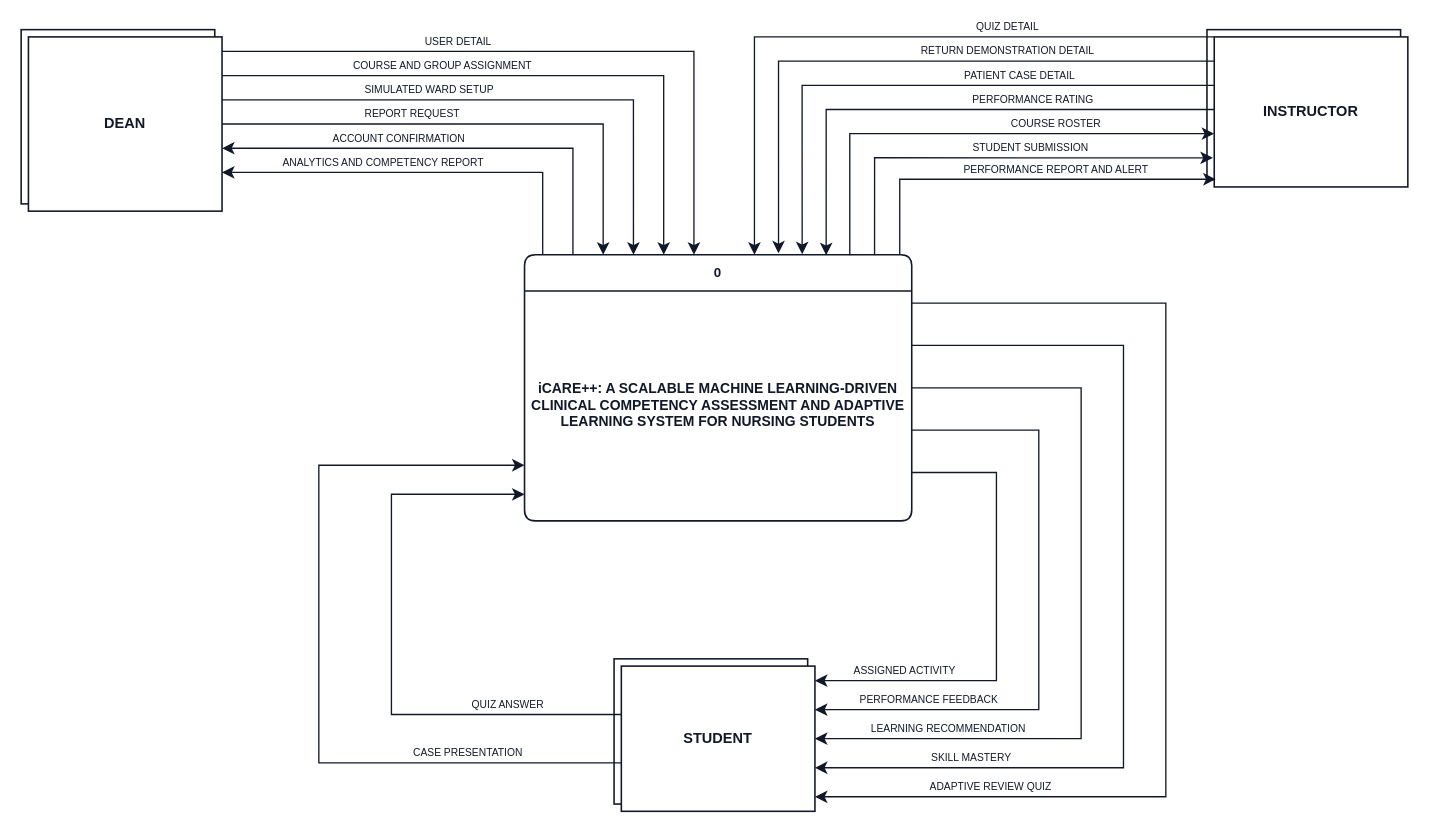
The draw.io diagram docs/diagrams/context-diagram.drawio in mdk-zero/icare, before the edit. Source tidied: cells renumbered, new cells numbered last; positions are measured from the earlier drawing's top-left corner, leaving out a move shared by most shapes. Both pictures are drawn from the tidied source at 121%, with x=0, y=0 at pixel (21, 29).
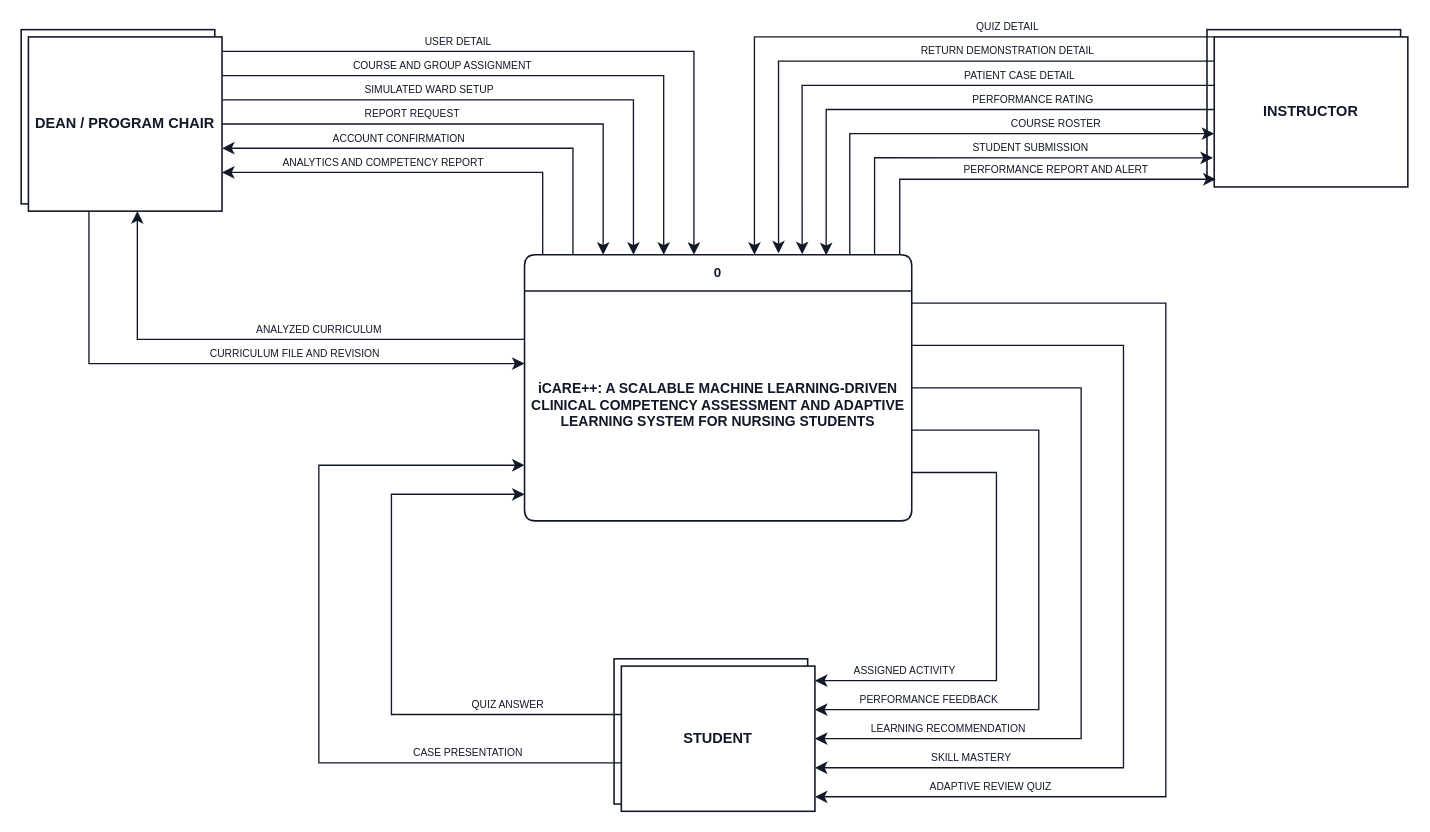
Above is the later version.

Commit message (it also covers changes not shown here):
docs(diagrams): show curriculum management in the context and data flow diagrams

Unchanged cells that the change refers to:
```xml
<mxCell id="2" value="0" style="swimlane;rounded=1;arcSize=10;startSize=30;html=1;whiteSpace=wrap;fillColor=#ffffff;swimlaneFillColor=#ffffff;strokeColor=#111827;strokeWidth=1.3;fontSize=11;fontStyle=1;fontColor=#111827;fontFamily=Helvetica;" parent="1" vertex="1">
  <mxGeometry x="416" y="186" width="320" height="220" as="geometry" />
</mxCell>
<mxCell id="4" style="group;" parent="1" vertex="1">
  <mxGeometry width="166" height="150" as="geometry" />
</mxCell>
```

What changed in the source:
```diff
@@
-    <mxCell id="6" value="DEAN" style="rounded=0;html=1;whiteSpace=wrap;fillColor=#ffffff;strokeColor=#111827;strokeWidth=1.3;fontFamily=Helvetica;fontSize=12;fontStyle=1;fontColor=#111827;" parent="4" vertex="1">
+    <mxCell id="6" value="DEAN / PROGRAM CHAIR" style="rounded=0;html=1;whiteSpace=wrap;fillColor=#ffffff;strokeColor=#111827;strokeWidth=1.3;fontFamily=Helvetica;fontSize=12;fontStyle=1;fontColor=#111827;" parent="4" vertex="1">
       <mxGeometry x="6" y="6" width="160" height="144" as="geometry" />
     </mxCell>
@@
+    <mxCell id="33" value="CURRICULUM FILE AND REVISION" style="edgeStyle=orthogonalEdgeStyle;rounded=0;html=1;jumpStyle=arc;jumpSize=9;strokeColor=#111827;strokeWidth=1.1;endArrow=classic;endFill=1;endSize=7;fontSize=8.5;fontColor=#111827;labelBackgroundColor=#ffffff;fontFamily=Helvetica;exitX=0.3125;exitY=1.0;exitDx=0;exitDy=0;entryX=0.0;entryY=0.4091;entryDx=0;entryDy=0;" parent="1" edge="1" source="6" target="2">
+      <mxGeometry x="0.22" relative="1" as="geometry">
+        <Array as="points">
+          <mxPoint x="56" y="276" />
+        </Array>
+        <mxPoint y="-8" as="offset" />
+      </mxGeometry>
+    </mxCell>
+    <mxCell id="34" value="ANALYZED CURRICULUM" style="edgeStyle=orthogonalEdgeStyle;rounded=0;html=1;jumpStyle=arc;jumpSize=9;strokeColor=#111827;strokeWidth=1.1;endArrow=classic;endFill=1;endSize=7;fontSize=8.5;fontColor=#111827;labelBackgroundColor=#ffffff;fontFamily=Helvetica;exitX=0.0;exitY=0.3182;exitDx=0;exitDy=0;entryX=0.5625;entryY=1.0;entryDx=0;entryDy=0;" parent="1" edge="1" source="2" target="6">
+      <mxGeometry x="-0.2" relative="1" as="geometry">
+        <Array as="points">
+          <mxPoint x="96" y="256" />
+        </Array>
+        <mxPoint y="-8" as="offset" />
+      </mxGeometry>
+    </mxCell>
```
